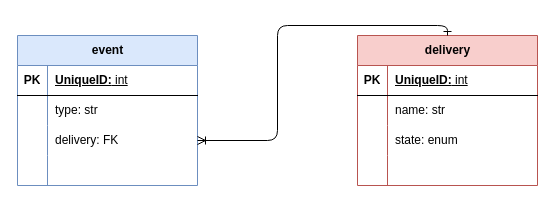
Earlier version of the draw.io diagram page "entities" (2 of 2) of docs/architecture.drawio (olah0la/drone-delivery). Source tidied: cells renumbered, new cells numbered last; positions are measured from the earlier drawing's top-left corner, leaving out a move shared by most shapes. Both pictures are drawn from the tidied source at 100%, with x=0, y=0 at pixel (17, 35).
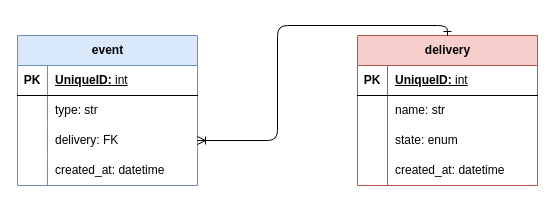
Above is the later version.

The change refers to these unchanged cells:
```xml
<mxCell id="12" style="shape=tableRow;horizontal=0;startSize=0;swimlaneHead=0;swimlaneBody=0;fillColor=none;top=0;left=0;right=0;bottom=0;" parent="2" vertex="1">
  <mxGeometry y="120" width="180" height="30" as="geometry" />
</mxCell>
<mxCell id="25" style="shape=tableRow;horizontal=0;startSize=0;swimlaneHead=0;swimlaneBody=0;fillColor=none;top=0;left=0;right=0;bottom=0;" parent="15" vertex="1">
  <mxGeometry y="120" width="180" height="30" as="geometry" />
</mxCell>
```

Change to the diagram source:
```diff
@@
-    <mxCell id="14" style="shape=partialRectangle;fillColor=none;top=0;left=0;bottom=0;right=0;align=left;spacingLeft=6;overflow=hidden;whiteSpace=wrap;html=1;" parent="12" vertex="1">
+    <mxCell id="14" value="created_at: datetime" style="shape=partialRectangle;fillColor=none;top=0;left=0;bottom=0;right=0;align=left;spacingLeft=6;overflow=hidden;whiteSpace=wrap;html=1;" parent="12" vertex="1">
       <mxGeometry x="30" width="150" height="30" as="geometry" />
     </mxCell>
@@
-    <mxCell id="27" style="shape=partialRectangle;fillColor=none;top=0;left=0;bottom=0;right=0;align=left;spacingLeft=6;overflow=hidden;whiteSpace=wrap;html=1;" parent="25" vertex="1">
+    <mxCell id="27" value="created_at: datetime" style="shape=partialRectangle;fillColor=none;top=0;left=0;bottom=0;right=0;align=left;spacingLeft=6;overflow=hidden;whiteSpace=wrap;html=1;" parent="25" vertex="1">
       <mxGeometry x="30" width="150" height="30" as="geometry" />
     </mxCell>
```
